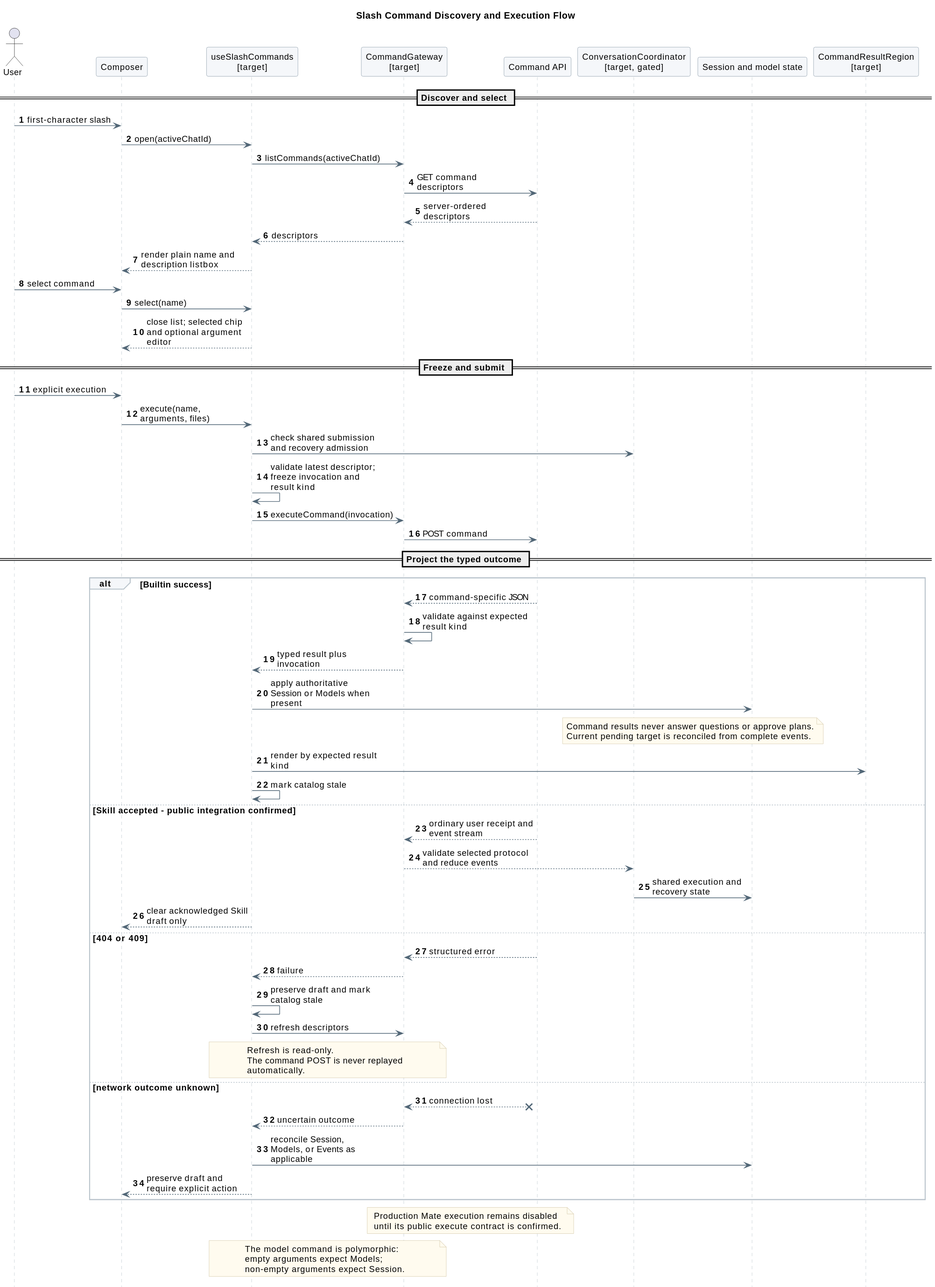
Above: 07-前端设计/技术设计/命令/slash_command_execution_flow.svg in ssm0808/pi-mono-java-design (PlantUML), before the change. The source it was exported from:
```plantuml
@startuml
skinparam backgroundColor white
skinparam defaultFontName SansSerif
skinparam defaultFontSize 13
skinparam shadowing false
skinparam sequenceMessageAlign left
skinparam maxMessageSize 165
skinparam sequenceArrowColor #526777
skinparam sequenceLifeLineBorderColor #BAC4CC
skinparam sequenceParticipantBackgroundColor #F5F7FA
skinparam sequenceParticipantBorderColor #8496A4
skinparam sequenceGroupBackgroundColor #F5F7FA
skinparam sequenceGroupBorderColor #BAC4CC
skinparam noteBackgroundColor #FFFBEF
skinparam noteBorderColor #D2C6A5
hide footbox
autonumber
title Slash Command Discovery and Execution Flow



actor User
participant "Composer" as Composer
participant "useSlashCommands\n[target]" as Slash
participant "CommandGateway\n[target]" as Gateway
participant "Command API" as Api
participant "ConversationCoordinator\n[target, gated]" as Conversation
participant "Session and model state" as State
participant "CommandResultRegion\n[target]" as Result

== Discover and select ==
User -> Composer : first-character slash
Composer -> Slash : open(activeChatId)
Slash -> Gateway : listCommands(activeChatId)
Gateway -> Api : GET command descriptors
Api --> Gateway : server-ordered descriptors
Gateway --> Slash : descriptors
Slash --> Composer : render plain name and description listbox

User -> Composer : select command
Composer -> Slash : select(name)
Slash --> Composer : close list; selected chip and optional argument editor
== Freeze and submit ==
User -> Composer : explicit execution
Composer -> Slash : execute(name, arguments, files)
Slash -> Conversation : check shared submission and recovery admission
Slash -> Slash : validate latest descriptor; freeze invocation and result kind
Slash -> Gateway : executeCommand(invocation)
Gateway -> Api : POST command

== Project the typed outcome ==
alt Builtin success
  Api --> Gateway : command-specific JSON
  Gateway -> Gateway : validate against expected result kind
  Gateway --> Slash : typed result plus invocation
  Slash -> State : apply authoritative Session or Models when present
  note over Conversation,State
  Command results never answer questions or approve plans.
  Current pending target is reconciled from complete events.
  end note
  Slash -> Result : render by expected result kind
  Slash -> Slash : mark catalog stale
else Skill accepted - public integration confirmed
  Api --> Gateway : ordinary user receipt and event stream
  Gateway --> Conversation : validate selected protocol and reduce events
  Conversation -> State : shared execution and recovery state
  Slash --> Composer : clear acknowledged Skill draft only
else 404 or 409
  Api --> Gateway : structured error
  Gateway --> Slash : failure
  Slash -> Slash : preserve draft and mark catalog stale
  Slash -> Gateway : refresh descriptors
  note over Slash,Gateway
  Refresh is read-only.
  The command POST is never replayed
  automatically.
  end note
else network outcome unknown
  Api x-- Gateway : connection lost
  Gateway --> Slash : uncertain outcome
  Slash -> State : reconcile Session, Models, or Events as applicable
  Slash --> Composer : preserve draft and require explicit action
end

note over Gateway,Api
  Production Mate execution remains disabled
  until its public execute contract is confirmed.
end note

note over Slash,Gateway
  The model command is polymorphic:
  empty arguments expect Models;
  non-empty arguments expect Session.
end note
@enduml
```
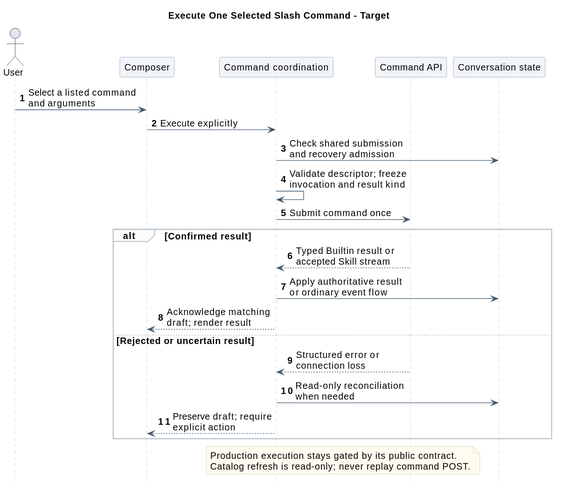
The same diagram one commit later.

Diff of the diagram source:
```diff
@@ -1,95 +1,43 @@
 @startuml
 skinparam backgroundColor white
 skinparam defaultFontName SansSerif
-skinparam defaultFontSize 13
+skinparam defaultFontSize 14
 skinparam shadowing false
 skinparam sequenceMessageAlign left
-skinparam maxMessageSize 165
-skinparam sequenceArrowColor #526777
+skinparam maxMessageSize 180
+skinparam sequenceArrowColor #425B70
 skinparam sequenceLifeLineBorderColor #BAC4CC
-skinparam sequenceParticipantBackgroundColor #F5F7FA
+skinparam sequenceParticipantBackgroundColor #F1F5F9
 skinparam sequenceParticipantBorderColor #8496A4
-skinparam sequenceGroupBackgroundColor #F5F7FA
+skinparam sequenceGroupBackgroundColor #FAFBFC
 skinparam sequenceGroupBorderColor #BAC4CC
 skinparam noteBackgroundColor #FFFBEF
 skinparam noteBorderColor #D2C6A5
 hide footbox
 autonumber
-title Slash Command Discovery and Execution Flow
 
-
-
+title Execute One Selected Slash Command - Target
 actor User
-participant "Composer" as Composer
-participant "useSlashCommands\n[target]" as Slash
-participant "CommandGateway\n[target]" as Gateway
-participant "Command API" as Api
-participant "ConversationCoordinator\n[target, gated]" as Conversation
-participant "Session and model state" as State
-participant "CommandResultRegion\n[target]" as Result
-
-== Discover and select ==
-User -> Composer : first-character slash
-Composer -> Slash : open(activeChatId)
-Slash -> Gateway : listCommands(activeChatId)
-Gateway -> Api : GET command descriptors
-Api --> Gateway : server-ordered descriptors
-Gateway --> Slash : descriptors
-Slash --> Composer : render plain name and description listbox
-
-User -> Composer : select command
-Composer -> Slash : select(name)
-Slash --> Composer : close list; selected chip and optional argument editor
-== Freeze and submit ==
-User -> Composer : explicit execution
-Composer -> Slash : execute(name, arguments, files)
-Slash -> Conversation : check shared submission and recovery admission
-Slash -> Slash : validate latest descriptor; freeze invocation and result kind
-Slash -> Gateway : executeCommand(invocation)
-Gateway -> Api : POST command
-
-== Project the typed outcome ==
-alt Builtin success
-  Api --> Gateway : command-specific JSON
-  Gateway -> Gateway : validate against expected result kind
-  Gateway --> Slash : typed result plus invocation
-  Slash -> State : apply authoritative Session or Models when present
-  note over Conversation,State
-  Command results never answer questions or approve plans.
-  Current pending target is reconciled from complete events.
-  end note
-  Slash -> Result : render by expected result kind
-  Slash -> Slash : mark catalog stale
-else Skill accepted - public integration confirmed
-  Api --> Gateway : ordinary user receipt and event stream
-  Gateway --> Conversation : validate selected protocol and reduce events
-  Conversation -> State : shared execution and recovery state
-  Slash --> Composer : clear acknowledged Skill draft only
-else 404 or 409
-  Api --> Gateway : structured error
-  Gateway --> Slash : failure
-  Slash -> Slash : preserve draft and mark catalog stale
-  Slash -> Gateway : refresh descriptors
-  note over Slash,Gateway
-  Refresh is read-only.
-  The command POST is never replayed
-  automatically.
-  end note
-else network outcome unknown
-  Api x-- Gateway : connection lost
-  Gateway --> Slash : uncertain outcome
-  Slash -> State : reconcile Session, Models, or Events as applicable
-  Slash --> Composer : preserve draft and require explicit action
+participant Composer
+participant "Command coordination" as Commands
+participant "Command API" as API
+participant "Conversation state" as State
+User -> Composer : Select a listed command and arguments
+Composer -> Commands : Execute explicitly
+Commands -> State : Check shared submission and recovery admission
+Commands -> Commands : Validate descriptor; freeze invocation and result kind
+Commands -> API : Submit command once
+alt Confirmed result
+  API --> Commands : Typed Builtin result or accepted Skill stream
+  Commands -> State : Apply authoritative result or ordinary event flow
+  Commands --> Composer : Acknowledge matching draft; render result
+else Rejected or uncertain result
+  API --> Commands : Structured error or connection loss
+  Commands -> State : Read-only reconciliation when needed
+  Commands --> Composer : Preserve draft; require explicit action
 end
-
-note over Gateway,Api
-  Production Mate execution remains disabled
-  until its public execute contract is confirmed.
-end note
-
-note over Slash,Gateway
-  The model command is polymorphic:
-  empty arguments expect Models;
-  non-empty arguments expect Session.
+note over Commands,API
+  Production execution stays gated by its public contract.
+  Catalog refresh is read-only; never replay command POST.
 end note
 @enduml
```
